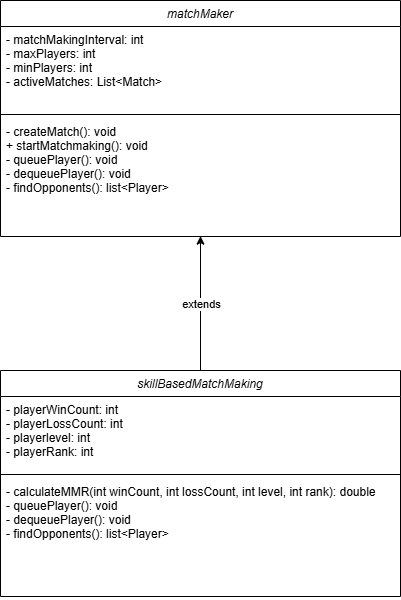
The draw.io diagram src/main/java/org/example/matchmaking/matchMakerandSkillBasedMatchMakingClassDiagrams.drawio.png in marinara782/OMG-Multiplayer-Project, before a commit. Source tidied: cells renumbered, new cells last; positions are measured from the earlier drawing's top-left corner, leaving out a move shared by most shapes. Source of this version:
```xml
<mxGraphModel>
  <root>
    <mxCell id="0" />
    <mxCell id="1" parent="0" />
    <mxCell id="2" value="skillBasedMatchMaking" style="swimlane;fontStyle=2;align=center;verticalAlign=top;horizontal=1;startSize=26;rounded=0;shadow=0;strokeWidth=1;" parent="1" vertex="1">
      <mxGeometry y="370" width="400" height="226" as="geometry" />
    </mxCell>
    <mxCell id="3" value="- playerWinCount: int&#10;- playerLossCount: int&#10;- playerlevel: int&#10;- playerRank: int " style="text;align=left;verticalAlign=top;spacingLeft=4;spacingRight=4;overflow=hidden;" parent="2" vertex="1">
      <mxGeometry y="26" width="400" height="74" as="geometry" />
    </mxCell>
    <mxCell id="4" style="line;html=1;strokeWidth=1;align=left;verticalAlign=middle;spacingTop=-1;spacingLeft=3;spacingRight=3;labelPosition=right;" parent="2" vertex="1">
      <mxGeometry y="100" width="400" height="8" as="geometry" />
    </mxCell>
    <mxCell id="5" value="- calculateMMR(int winCount, int lossCount, int level, int rank): double&#10;- queuePlayer(): void&#10;- dequeuePlayer(): void&#10;- findOpponents(): list&lt;Player&gt;  &#10; " style="text;align=left;verticalAlign=top;spacingLeft=4;spacingRight=4;overflow=hidden;" parent="2" vertex="1">
      <mxGeometry y="108" width="400" height="118" as="geometry" />
    </mxCell>
    <mxCell id="6" value="matchMaker" style="swimlane;fontStyle=2;align=center;verticalAlign=top;horizontal=1;startSize=26;rounded=0;shadow=0;strokeWidth=1;" parent="1" vertex="1">
      <mxGeometry width="400" height="236" as="geometry" />
    </mxCell>
    <mxCell id="7" value="- matchMakingInterval: int&#10;- maxPlayers: int&#10;- minPlayers: int&#10;- activeMatches: List&lt;Match&gt;" style="text;align=left;verticalAlign=top;spacingLeft=4;spacingRight=4;overflow=hidden;" parent="6" vertex="1">
      <mxGeometry y="26" width="400" height="84" as="geometry" />
    </mxCell>
    <mxCell id="8" style="line;html=1;strokeWidth=1;align=left;verticalAlign=middle;spacingTop=-1;spacingLeft=3;spacingRight=3;labelPosition=right;" parent="6" vertex="1">
      <mxGeometry y="110" width="400" height="8" as="geometry" />
    </mxCell>
    <mxCell id="9" value="- createMatch(): void&#10;+ startMatchmaking(): void &#10;- queuePlayer(): void&#10;- dequeuePlayer(): void&#10;- findOpponents(): list&lt;Player&gt;  &#10; " style="text;align=left;verticalAlign=top;spacingLeft=4;spacingRight=4;overflow=hidden;points=[[0,0.5],[1,0.5]];portConstraint=eastwest;" parent="6" vertex="1">
      <mxGeometry y="118" width="400" height="118" as="geometry" />
    </mxCell>
    <mxCell id="10" style="endArrow=classic;html=1;rounded=0;exitX=0.5;exitY=0;exitDx=0;exitDy=0;entryX=0.5;entryY=0.997;entryDx=0;entryDy=0;entryPerimeter=0;" parent="1" edge="1" source="2" target="9">
      <mxGeometry relative="1" as="geometry" />
    </mxCell>
    <mxCell id="11" value="extends" style="edgeLabel;html=1;align=center;verticalAlign=middle;" parent="10" vertex="1">
      <mxGeometry relative="1" as="geometry" />
    </mxCell>
  </root>
</mxGraphModel>
```
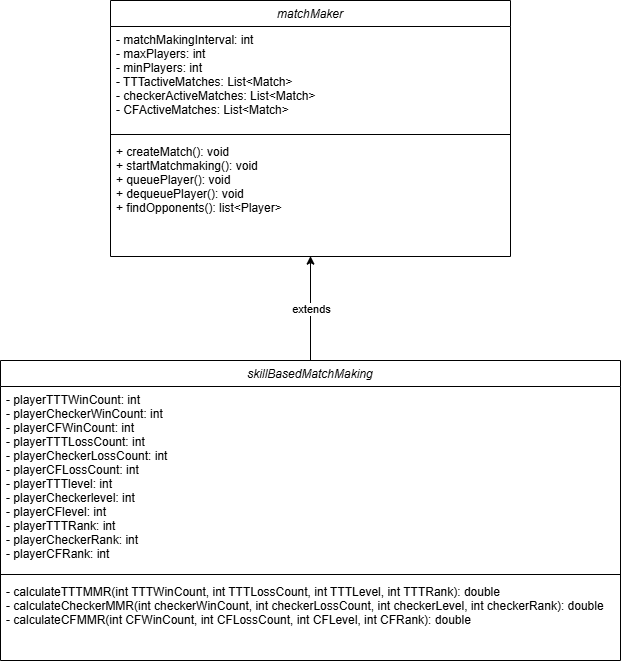
Later version of the same file.

Commit message:
Updated the matchmaking class diagrams with the three different games and got started on the use case diagram

What changed in the source:
```diff
@@ -3,28 +3,28 @@
     <mxCell id="0" />
     <mxCell id="1" parent="0" />
     <mxCell id="2" value="skillBasedMatchMaking" style="swimlane;fontStyle=2;align=center;verticalAlign=top;horizontal=1;startSize=26;rounded=0;shadow=0;strokeWidth=1;" parent="1" vertex="1">
-      <mxGeometry y="370" width="400" height="226" as="geometry" />
+      <mxGeometry x="-110" y="360" width="620" height="300" as="geometry" />
     </mxCell>
-    <mxCell id="3" value="- playerWinCount: int&#10;- playerLossCount: int&#10;- playerlevel: int&#10;- playerRank: int " style="text;align=left;verticalAlign=top;spacingLeft=4;spacingRight=4;overflow=hidden;" parent="2" vertex="1">
-      <mxGeometry y="26" width="400" height="74" as="geometry" />
+    <mxCell id="3" value="- playerTTTWinCount: int&#10;- playerCheckerWinCount: int&#10;- playerCFWinCount: int&#10;- playerTTTLossCount: int&#10;- playerCheckerLossCount: int&#10;- playerCFLossCount: int&#10;- playerTTTlevel: int&#10;- playerCheckerlevel: int&#10;- playerCFlevel: int&#10;- playerTTTRank: int&#10;- playerCheckerRank: int&#10;- playerCFRank: int&#10;&#10; " style="text;align=left;verticalAlign=top;spacingLeft=4;spacingRight=4;overflow=hidden;" parent="2" vertex="1">
+      <mxGeometry y="26" width="620" height="184" as="geometry" />
     </mxCell>
     <mxCell id="4" style="line;html=1;strokeWidth=1;align=left;verticalAlign=middle;spacingTop=-1;spacingLeft=3;spacingRight=3;labelPosition=right;" parent="2" vertex="1">
-      <mxGeometry y="100" width="400" height="8" as="geometry" />
+      <mxGeometry y="210" width="620" height="8" as="geometry" />
     </mxCell>
-    <mxCell id="5" value="- calculateMMR(int winCount, int lossCount, int level, int rank): double&#10;- queuePlayer(): void&#10;- dequeuePlayer(): void&#10;- findOpponents(): list&lt;Player&gt;  &#10; " style="text;align=left;verticalAlign=top;spacingLeft=4;spacingRight=4;overflow=hidden;" parent="2" vertex="1">
-      <mxGeometry y="108" width="400" height="118" as="geometry" />
+    <mxCell id="5" value="- calculateTTTMMR(int TTTWinCount, int TTTLossCount, int TTTLevel, int TTTRank): double&#10;- calculateCheckerMMR(int checkerWinCount, int checkerLossCount, int checkerLevel, int checkerRank): double&#10;- calculateCFMMR(int CFWinCount, int CFLossCount, int CFLevel, int CFRank): double&#10; " style="text;align=left;verticalAlign=top;spacingLeft=4;spacingRight=4;overflow=hidden;" parent="2" vertex="1">
+      <mxGeometry y="218" width="620" height="72" as="geometry" />
     </mxCell>
     <mxCell id="6" value="matchMaker" style="swimlane;fontStyle=2;align=center;verticalAlign=top;horizontal=1;startSize=26;rounded=0;shadow=0;strokeWidth=1;" parent="1" vertex="1">
-      <mxGeometry width="400" height="236" as="geometry" />
+      <mxGeometry width="400" height="256" as="geometry" />
     </mxCell>
-    <mxCell id="7" value="- matchMakingInterval: int&#10;- maxPlayers: int&#10;- minPlayers: int&#10;- activeMatches: List&lt;Match&gt;" style="text;align=left;verticalAlign=top;spacingLeft=4;spacingRight=4;overflow=hidden;" parent="6" vertex="1">
-      <mxGeometry y="26" width="400" height="84" as="geometry" />
+    <mxCell id="7" value="- matchMakingInterval: int&#10;- maxPlayers: int&#10;- minPlayers: int&#10;- TTTactiveMatches: List&lt;Match&gt;&#10;- checkerActiveMatches: List&lt;Match&gt;&#10;- CFActiveMatches: List&lt;Match&gt;" style="text;align=left;verticalAlign=top;spacingLeft=4;spacingRight=4;overflow=hidden;" parent="6" vertex="1">
+      <mxGeometry y="26" width="400" height="104" as="geometry" />
     </mxCell>
     <mxCell id="8" style="line;html=1;strokeWidth=1;align=left;verticalAlign=middle;spacingTop=-1;spacingLeft=3;spacingRight=3;labelPosition=right;" parent="6" vertex="1">
-      <mxGeometry y="110" width="400" height="8" as="geometry" />
+      <mxGeometry y="130" width="400" height="8" as="geometry" />
     </mxCell>
-    <mxCell id="9" value="- createMatch(): void&#10;+ startMatchmaking(): void &#10;- queuePlayer(): void&#10;- dequeuePlayer(): void&#10;- findOpponents(): list&lt;Player&gt;  &#10; " style="text;align=left;verticalAlign=top;spacingLeft=4;spacingRight=4;overflow=hidden;points=[[0,0.5],[1,0.5]];portConstraint=eastwest;" parent="6" vertex="1">
-      <mxGeometry y="118" width="400" height="118" as="geometry" />
+    <mxCell id="9" value="+ createMatch(): void&#10;+ startMatchmaking(): void &#10;+ queuePlayer(): void&#10;+ dequeuePlayer(): void&#10;+ findOpponents(): list&lt;Player&gt;  &#10; " style="text;align=left;verticalAlign=top;spacingLeft=4;spacingRight=4;overflow=hidden;points=[[0,0.5],[1,0.5]];portConstraint=eastwest;" parent="6" vertex="1">
+      <mxGeometry y="138" width="400" height="118" as="geometry" />
     </mxCell>
     <mxCell id="10" style="endArrow=classic;html=1;rounded=0;exitX=0.5;exitY=0;exitDx=0;exitDy=0;entryX=0.5;entryY=0.997;entryDx=0;entryDy=0;entryPerimeter=0;" parent="1" edge="1" source="2" target="9">
       <mxGeometry relative="1" as="geometry" />
```
